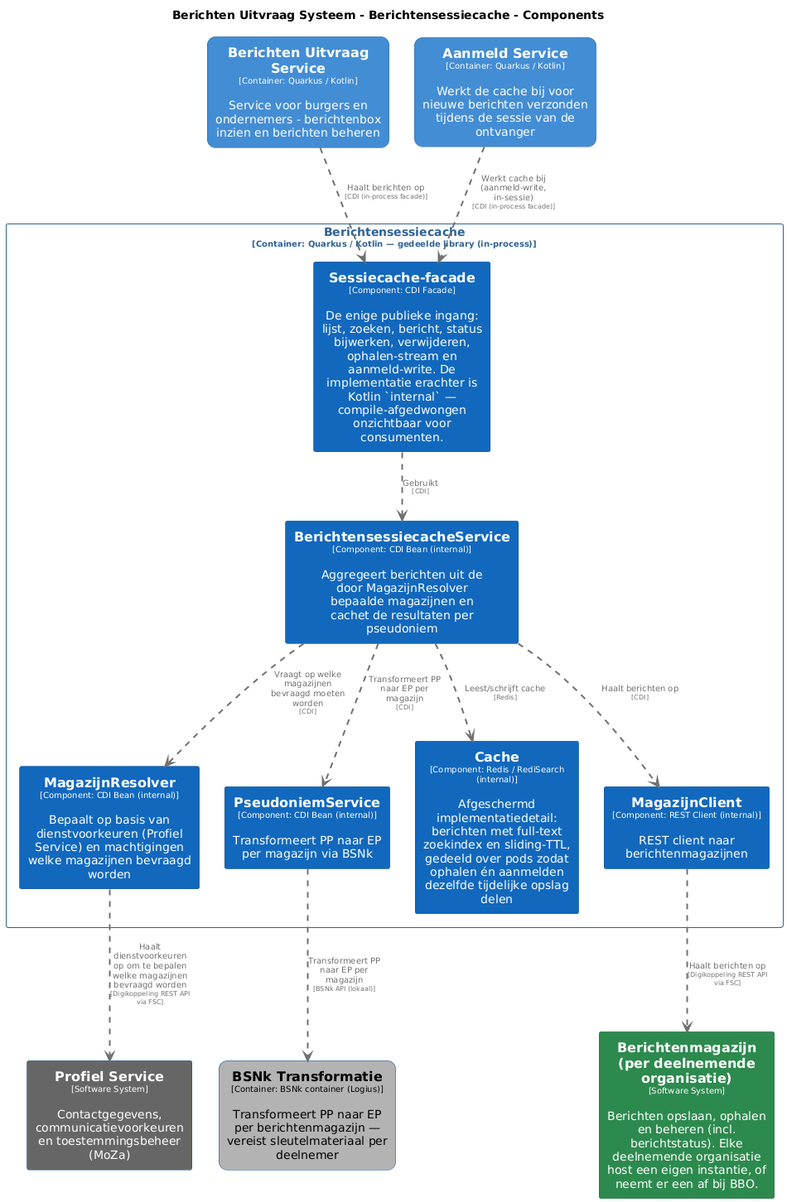
Above: master/png/BerichtensessiecacheComponenten.png in MinBZK/moza-poc-fbs-berichtenbox (PlantUML), before the change.
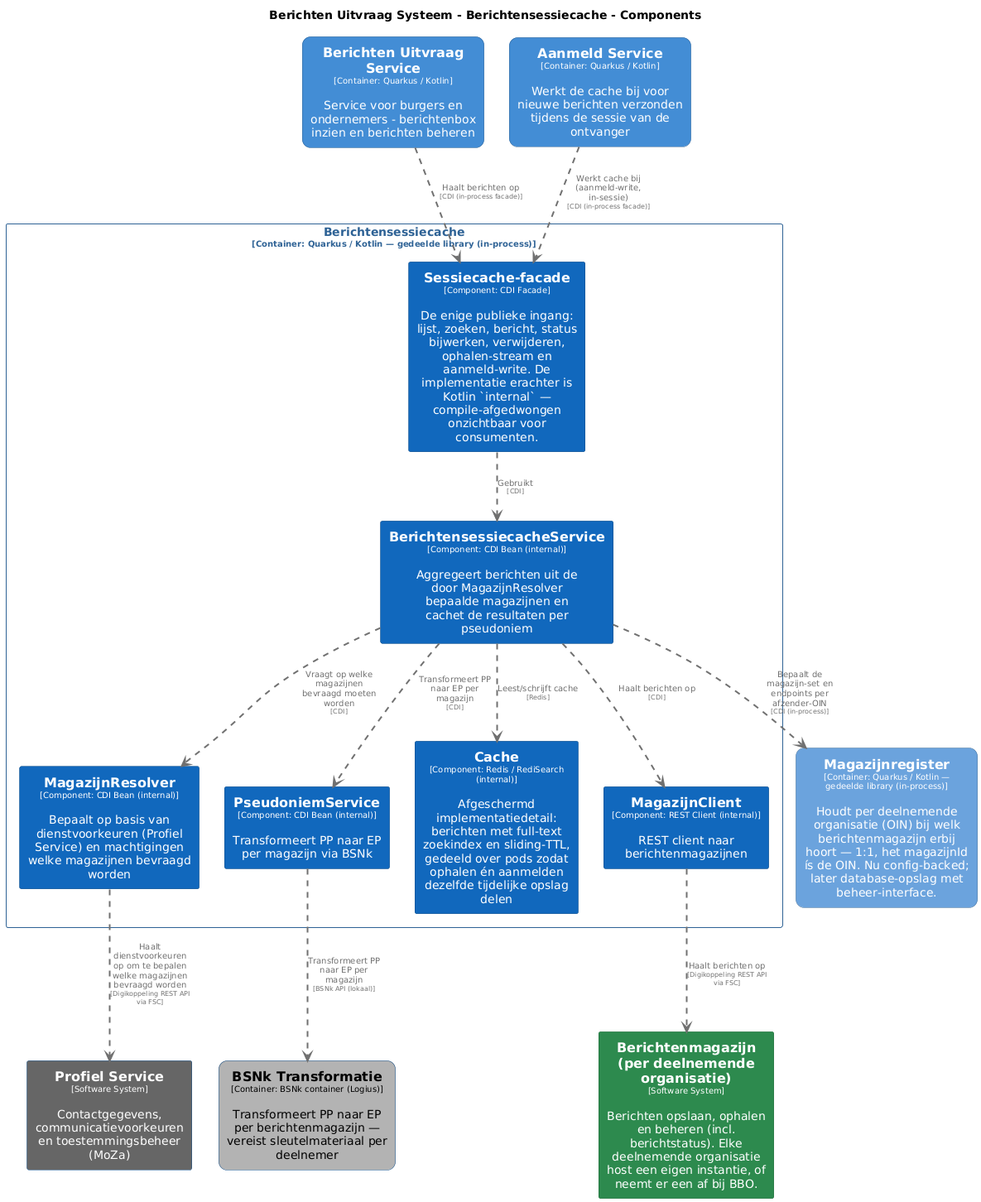
Later version of the same file.

What changed in the source:
```diff
@@ -66,6 +66,13 @@
   BorderColor #0b4884
   shadowing false
 }
+skinparam rectangle<<BerichtenUitvraagSysteem.Magazijnregister>> {
+  BackgroundColor #6ba3dd
+  FontColor #ffffff
+  BorderColor #2e6295
+  roundCorner 20
+  shadowing false
+}
 skinparam rectangle<<ProfielService>> {
   BackgroundColor #666666
   FontColor #ffffff
@@ -95,6 +102,7 @@
 rectangle "==Berichten Uitvraag Service\n<size:10>[Container: Quarkus / Kotlin]</size>\n\nService voor burgers en ondernemers - berichtenbox inzien en berichten beheren" <<BerichtenUitvraagSysteem.BerichtenUitvraagService>> as BerichtenUitvraagSysteem.BerichtenUitvraagService
 rectangle "==BSNk Transformatie\n<size:10>[Container: BSNk container (Logius)]</size>\n\nTransformeert PP naar EP per berichtenmagazijn — vereist sleutelmateriaal per deelnemer" <<BerichtenUitvraagSysteem.BSNkTransformatie>> as BerichtenUitvraagSysteem.BSNkTransformatie
 rectangle "==Aanmeld Service\n<size:10>[Container: Quarkus / Kotlin]</size>\n\nWerkt de cache bij voor nieuwe berichten verzonden tijdens de sessie van de ontvanger" <<BerichtenUitvraagSysteem.AanmeldService>> as BerichtenUitvraagSysteem.AanmeldService
+rectangle "==Magazijnregister\n<size:10>[Container: Quarkus / Kotlin — gedeelde library (in-process)]</size>\n\nHoudt per deelnemende organisatie (OIN) bij welk berichtenmagazijn erbij hoort — 1:1, het magazijnId ís de OIN. Nu config-backed; later database-opslag met beheer-interface." <<BerichtenUitvraagSysteem.Magazijnregister>> as BerichtenUitvraagSysteem.Magazijnregister
 
 rectangle "Berichtensessiecache\n<size:10>[Container: Quarkus / Kotlin — gedeelde library (in-process)]</size>" <<BerichtenUitvraagSysteem.Berichtensessiecache>> {
   rectangle "==Sessiecache-facade\n<size:10>[Component: CDI Facade]</size>\n\nDe enige publieke ingang: lijst, zoeken, bericht, status bijwerken, verwijderen, ophalen-stream en aanmeld-write. De implementatie erachter is Kotlin `internal` — compile-afgedwongen onzichtbaar voor consumenten." <<BerichtenUitvraagSysteem.Berichtensessiecache.Sessiecachefacade>> as BerichtenUitvraagSysteem.Berichtensessiecache.Sessiecachefacade
@@ -115,4 +123,5 @@
 BerichtenUitvraagSysteem.Berichtensessiecache.PseudoniemService .[#707070,thickness=2].> BerichtenUitvraagSysteem.BSNkTransformatie : "<color:#707070>Transformeert PP naar EP per magazijn\n<color:#707070><size:8>[BSNk API (lokaal)]</size>"
 BerichtenUitvraagSysteem.AanmeldService .[#707070,thickness=2].> BerichtenUitvraagSysteem.Berichtensessiecache.Sessiecachefacade : "<color:#707070>Werkt cache bij (aanmeld-write, in-sessie)\n<color:#707070><size:8>[CDI (in-process facade)]</size>"
 BerichtenUitvraagSysteem.BerichtenUitvraagService .[#707070,thickness=2].> BerichtenUitvraagSysteem.Berichtensessiecache.Sessiecachefacade : "<color:#707070>Haalt berichten op\n<color:#707070><size:8>[CDI (in-process facade)]</size>"
+BerichtenUitvraagSysteem.Berichtensessiecache.BerichtensessiecacheService .[#707070,thickness=2].> BerichtenUitvraagSysteem.Magazijnregister : "<color:#707070>Bepaalt de magazijn-set en endpoints per afzender-OIN\n<color:#707070><size:8>[CDI (in-process)]</size>"
 @enduml
```
